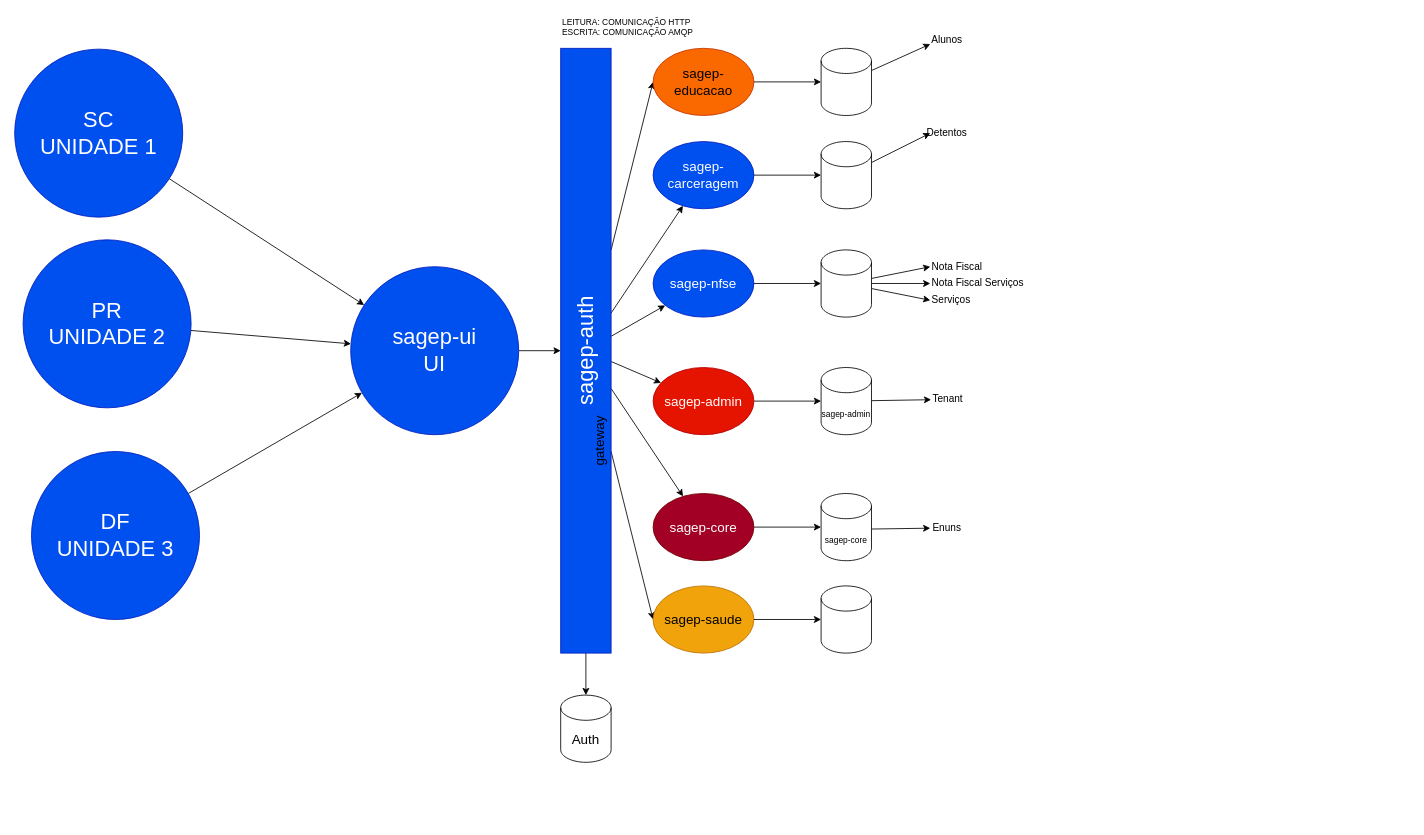
sigespweb22/project-manager keeps this draw.io diagram as page "Copy of Arquitetura | Evolução" (5 of 13) of br-bit/RoadMap-2023.drawio. Above is the earlier version. Source tidied: cells renumbered, new cells numbered last; positions are measured from the earlier drawing's top-left corner, leaving out a move shared by most shapes. Both pictures are drawn from the tidied source at 84%, with x=0, y=0 at pixel (14, 14).
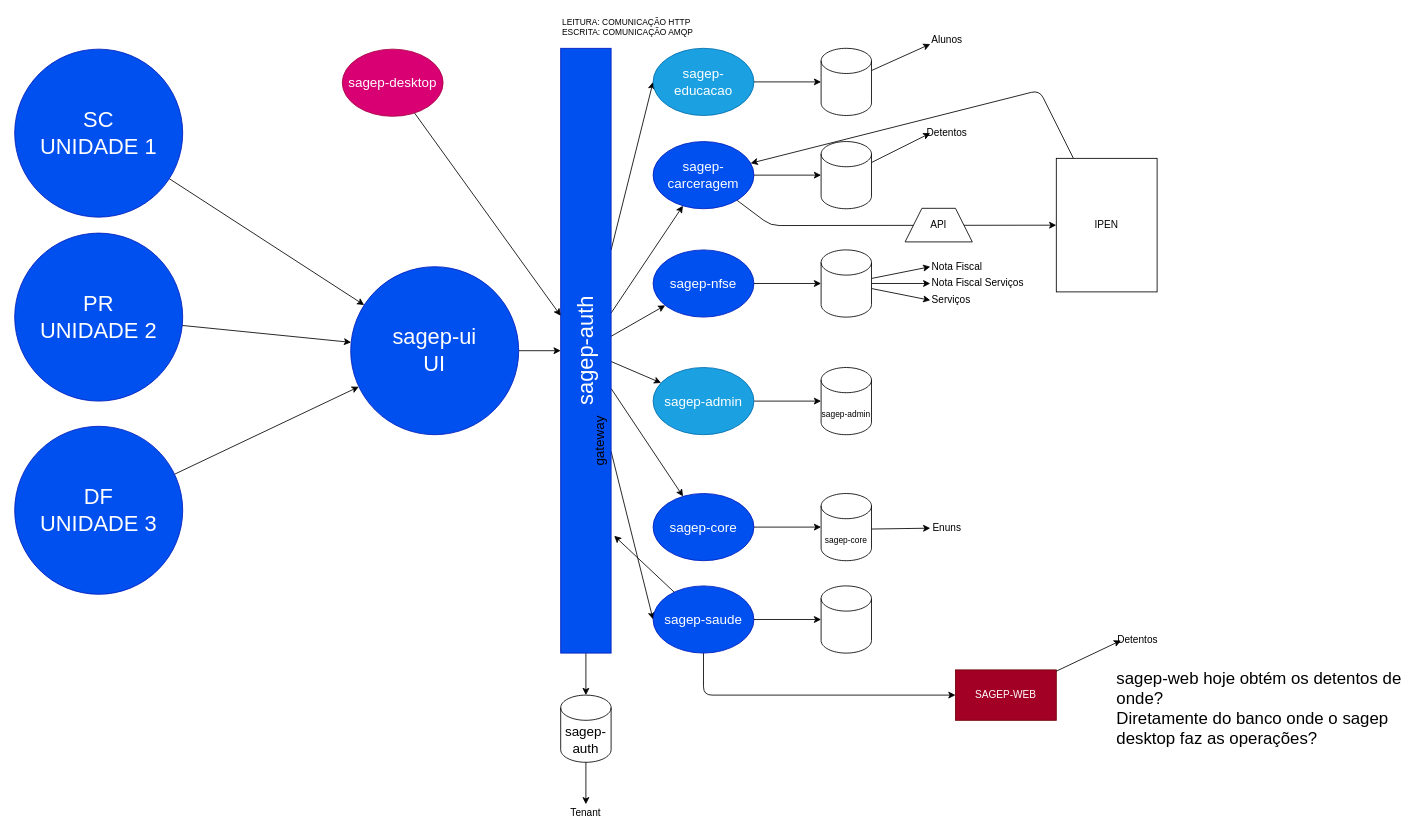
After the change.

The change refers to these unchanged cells:
```xml
<mxCell id="11" value="sagep-auth" style="rounded=0;whiteSpace=wrap;html=1;fontSize=26;fillColor=#0050ef;fontColor=#ffffff;strokeColor=#001DBC;verticalAlign=middle;horizontal=0;" parent="1" vertex="1">
  <mxGeometry x="650" y="40" width="60" height="720" as="geometry" />
</mxCell>
<mxCell id="14" value="sagep-carceragem" style="ellipse;whiteSpace=wrap;html=1;fontSize=16;fillColor=#0050ef;fontColor=#ffffff;strokeColor=#001DBC;" parent="1" vertex="1">
  <mxGeometry x="760" y="151" width="120" height="80" as="geometry" />
</mxCell>
<mxCell id="44" value="&lt;font style=&quot;font-size: 10px;&quot;&gt;sagep-admin&lt;/font&gt;" style="shape=cylinder3;whiteSpace=wrap;html=1;boundedLbl=1;backgroundOutline=1;size=15;fontSize=16;" parent="1" vertex="1">
  <mxGeometry x="960" y="420" width="60" height="80" as="geometry" />
</mxCell>
```

Change to the diagram source:
```diff
@@
+    <mxCell id="53" style="edgeStyle=none;html=1;" parent="1" edge="1" source="14" target="57">
+      <mxGeometry relative="1" as="geometry">
+        <Array as="points">
+          <mxPoint x="900" y="251" />
+        </Array>
+      </mxGeometry>
+    </mxCell>
@@
-    <mxCell id="18" value="sagep-core" style="ellipse;whiteSpace=wrap;html=1;fontSize=16;fillColor=#a20025;fontColor=#ffffff;strokeColor=#6F0000;" parent="1" vertex="1">
+    <mxCell id="18" value="sagep-core" style="ellipse;whiteSpace=wrap;html=1;fontSize=16;fillColor=#0050ef;fontColor=#ffffff;strokeColor=#001DBC;" parent="1" vertex="1">
       <mxGeometry x="760" y="570" width="120" height="80" as="geometry" />
     </mxCell>
@@
-    <mxCell id="27" value="Auth" style="shape=cylinder3;whiteSpace=wrap;html=1;boundedLbl=1;backgroundOutline=1;size=15;fontSize=16;" parent="1" vertex="1">
+    <mxCell id="27" value="sagep-auth" style="shape=cylinder3;whiteSpace=wrap;html=1;boundedLbl=1;backgroundOutline=1;size=15;fontSize=16;" parent="1" vertex="1">
       <mxGeometry x="650" y="810" width="60" height="80" as="geometry" />
     </mxCell>
-    <mxCell id="28" value="sagep-educacao" style="ellipse;whiteSpace=wrap;html=1;fontSize=16;fillColor=#fa6800;fontColor=#000000;strokeColor=#C73500;" parent="1" vertex="1">
+    <mxCell id="28" value="sagep-educacao" style="ellipse;whiteSpace=wrap;html=1;fontSize=16;fillColor=#1ba1e2;fontColor=#ffffff;strokeColor=#006EAF;" parent="1" vertex="1">
       <mxGeometry x="760" y="40" width="120" height="80" as="geometry" />
     </mxCell>
@@
+    <mxCell id="54" style="edgeStyle=none;html=1;" parent="1" edge="1" source="32" target="58">
+      <mxGeometry relative="1" as="geometry">
+        <Array as="points">
+          <mxPoint x="820" y="810" />
+        </Array>
+      </mxGeometry>
+    </mxCell>
+    <mxCell id="55" style="edgeStyle=none;html=1;entryX=1.062;entryY=0.806;entryDx=0;entryDy=0;entryPerimeter=0;" parent="1" edge="1" source="32" target="11">
+      <mxGeometry relative="1" as="geometry" />
+    </mxCell>
-    <mxCell id="32" value="sagep-saude" style="ellipse;whiteSpace=wrap;html=1;fontSize=16;fillColor=#f0a30a;fontColor=#000000;strokeColor=#BD7000;" parent="1" vertex="1">
+    <mxCell id="32" value="sagep-saude" style="ellipse;whiteSpace=wrap;html=1;fontSize=16;fillColor=#0050ef;fontColor=#ffffff;strokeColor=#001DBC;" parent="1" vertex="1">
       <mxGeometry x="760" y="680" width="120" height="80" as="geometry" />
     </mxCell>
@@
-    <mxCell id="42" value="sagep-admin" style="ellipse;whiteSpace=wrap;html=1;fontSize=16;fillColor=#e51400;fontColor=#ffffff;strokeColor=#B20000;" parent="1" vertex="1">
+    <mxCell id="42" value="sagep-admin" style="ellipse;whiteSpace=wrap;html=1;fontSize=16;fillColor=#1ba1e2;fontColor=#ffffff;strokeColor=#006EAF;" parent="1" vertex="1">
       <mxGeometry x="760" y="420" width="120" height="80" as="geometry" />
     </mxCell>
-    <mxCell id="43" style="edgeStyle=none;html=1;" parent="1" edge="1" source="44" target="45">
-      <mxGeometry relative="1" as="geometry" />
+    <mxCell id="43" style="edgeStyle=none;html=1;exitX=0.5;exitY=1;exitDx=0;exitDy=0;exitPerimeter=0;" parent="1" edge="1" source="27">
+      <mxGeometry relative="1" as="geometry">
+        <mxPoint x="680" y="940" as="targetPoint" />
+      </mxGeometry>
     </mxCell>
@@
     <mxCell id="45" value="Tenant" style="text;html=1;strokeColor=none;fillColor=none;align=center;verticalAlign=middle;whiteSpace=wrap;rounded=0;" parent="1" vertex="1">
-      <mxGeometry x="1091" y="448" width="40" height="20" as="geometry" />
+      <mxGeometry x="660" y="940" width="40" height="20" as="geometry" />
     </mxCell>
@@
     <mxCell id="50" value="PR&lt;br&gt;UNIDADE 2" style="ellipse;whiteSpace=wrap;html=1;fillColor=#0050ef;fontColor=#ffffff;strokeColor=#001DBC;fontSize=26;" parent="1" vertex="1">
-      <mxGeometry x="10" y="268" width="200" height="200" as="geometry" />
+      <mxGeometry y="260" width="200" height="200" as="geometry" />
     </mxCell>
@@
     <mxCell id="52" value="DF&lt;br&gt;UNIDADE 3" style="ellipse;whiteSpace=wrap;html=1;fillColor=#0050ef;fontColor=#ffffff;strokeColor=#001DBC;fontSize=26;" parent="1" vertex="1">
-      <mxGeometry x="20" y="520" width="200" height="200" as="geometry" />
+      <mxGeometry y="490" width="200" height="200" as="geometry" />
     </mxCell>
+    <mxCell id="56" style="edgeStyle=none;html=1;" parent="1" edge="1" source="57" target="14">
+      <mxGeometry relative="1" as="geometry">
+        <Array as="points">
+          <mxPoint x="1220" y="90" />
+        </Array>
+      </mxGeometry>
+    </mxCell>
+    <mxCell id="57" value="IPEN" style="rounded=0;whiteSpace=wrap;html=1;" parent="1" vertex="1">
+      <mxGeometry x="1240" y="171" width="120" height="159" as="geometry" />
+    </mxCell>
+    <mxCell id="58" value="SAGEP-WEB" style="rounded=0;whiteSpace=wrap;html=1;fillColor=#a20025;fontColor=#ffffff;strokeColor=#6F0000;" parent="1" vertex="1">
+      <mxGeometry x="1120" y="780" width="120" height="60" as="geometry" />
+    </mxCell>
+    <mxCell id="59" style="edgeStyle=none;html=1;" parent="1" edge="1" source="60" target="11">
+      <mxGeometry relative="1" as="geometry" />
+    </mxCell>
+    <mxCell id="60" value="sagep-desktop" style="ellipse;whiteSpace=wrap;html=1;fontSize=16;fillColor=#d80073;fontColor=#ffffff;strokeColor=#A50040;" parent="1" vertex="1">
+      <mxGeometry x="390" y="41" width="120" height="80" as="geometry" />
+    </mxCell>
+    <mxCell id="61" value="API" style="shape=trapezoid;perimeter=trapezoidPerimeter;whiteSpace=wrap;html=1;fixedSize=1;" parent="1" vertex="1">
+      <mxGeometry x="1060" y="230.5" width="80" height="40" as="geometry" />
+    </mxCell>
+    <mxCell id="62" style="edgeStyle=none;html=1;fontSize=10;entryX=0;entryY=0.5;entryDx=0;entryDy=0;" parent="1" edge="1" source="58" target="63">
+      <mxGeometry relative="1" as="geometry" />
+    </mxCell>
+    <mxCell id="63" value="Detentos" style="text;html=1;strokeColor=none;fillColor=none;align=center;verticalAlign=middle;whiteSpace=wrap;rounded=0;" parent="1" vertex="1">
+      <mxGeometry x="1317" y="735" width="40" height="20" as="geometry" />
+    </mxCell>
+    <mxCell id="64" value="sagep-web hoje obtém os detentos de onde?&lt;br style=&quot;font-size: 20px;&quot;&gt;Diretamente do banco onde o sagep desktop faz as operações?" style="text;html=1;strokeColor=none;fillColor=none;align=left;verticalAlign=middle;whiteSpace=wrap;rounded=0;fontSize=20;" parent="1" vertex="1">
+      <mxGeometry x="1310" y="760" width="350" height="130" as="geometry" />
+    </mxCell>
```
